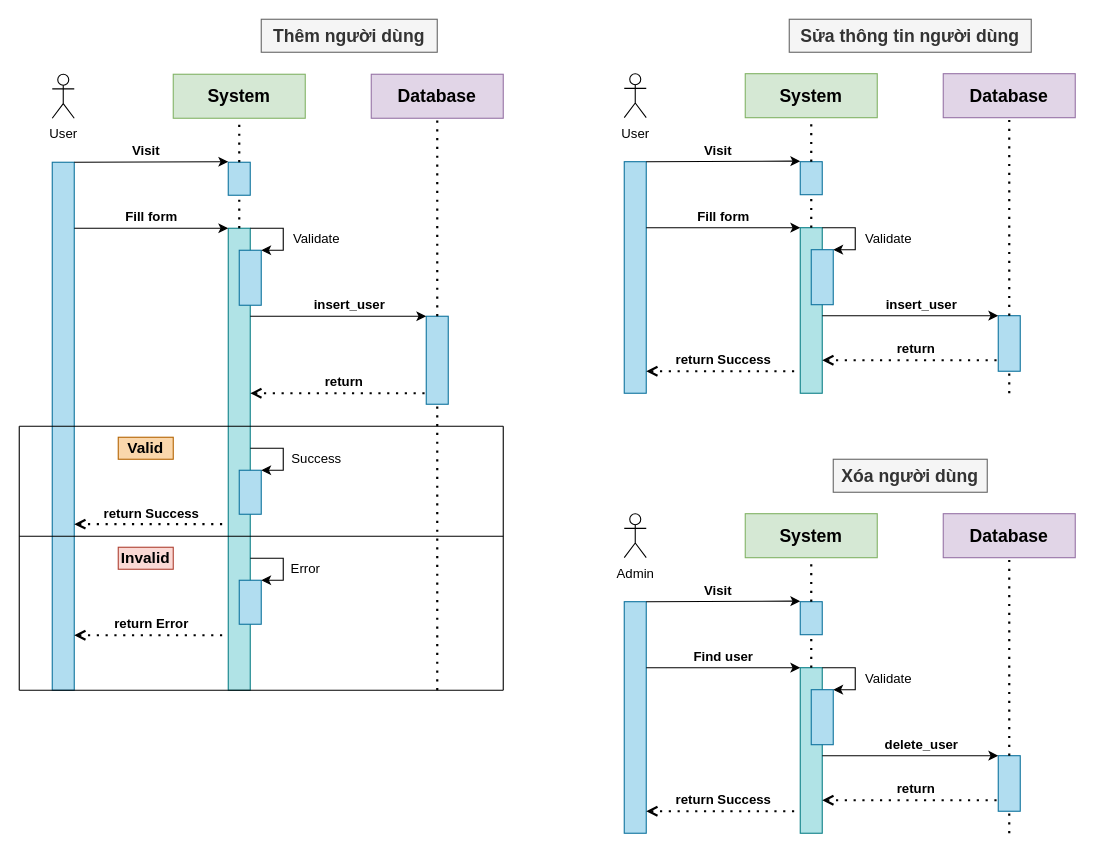
Above: page "Sequence ql_nguoi_dung" (9 of 18) of doc/QuanLyDoAn.drawio in lampn0/quan_ly_do_an_20211 (draw.io), before the change. Source tidied: cells renumbered, new cells numbered last; positions are measured from the earlier drawing's top-left corner, leaving out a move shared by most shapes. Both pictures are drawn from the tidied source at 110%, with x=0, y=0 at pixel (19, 19).
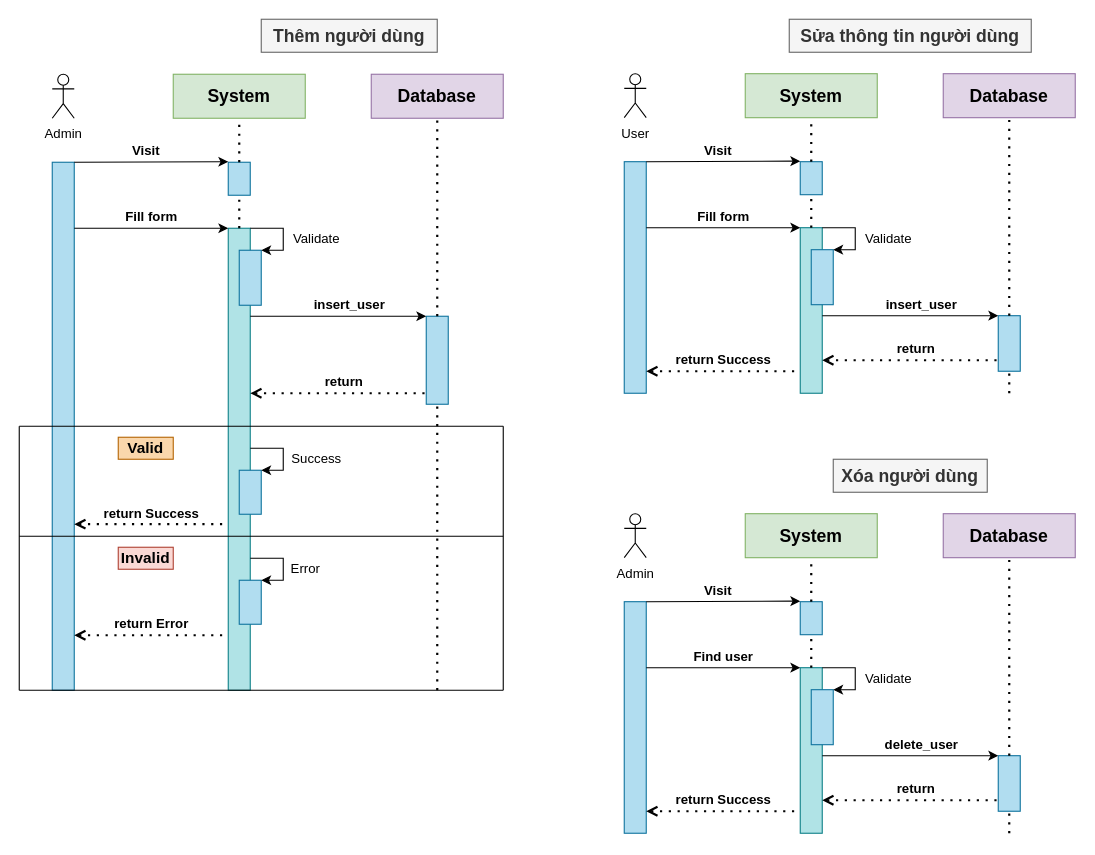
The same diagram, later.

The edit, as a diff of the source:
```diff
@@
-    <mxCell id="4" value="User" style="shape=umlActor;verticalLabelPosition=bottom;verticalAlign=top;html=1;" parent="1" vertex="1">
+    <mxCell id="4" value="Admin" style="shape=umlActor;verticalLabelPosition=bottom;verticalAlign=top;html=1;" parent="1" vertex="1">
       <mxGeometry x="30" y="50" width="20" height="40" as="geometry" />
     </mxCell>
```
